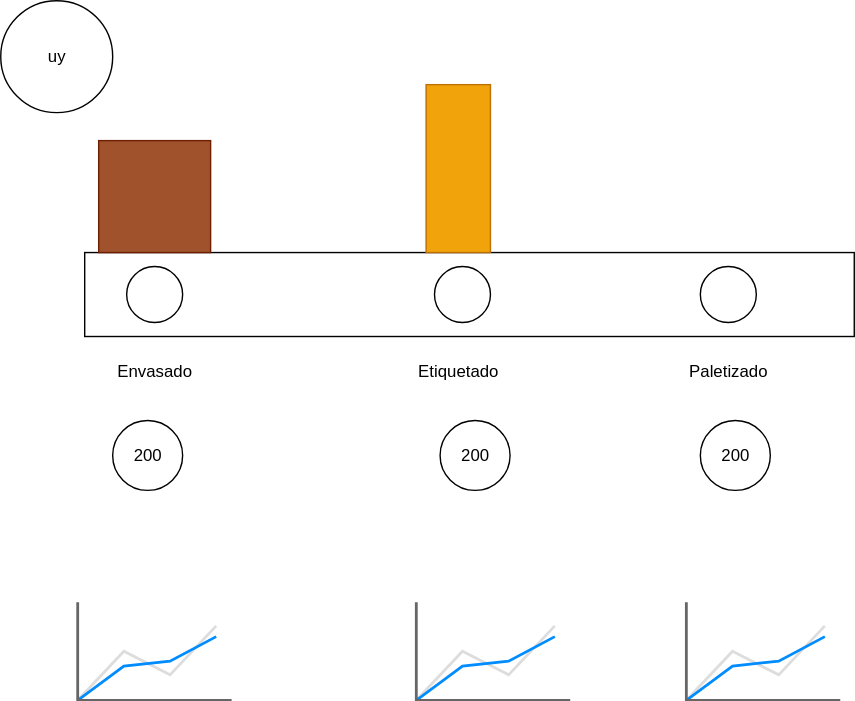
This is docs/Fribin/ejemplo_envasado/panel.svg from hriosalido/lab-grafana_curso, a draw.io export, as it was before one commit. Source tidied: cells renumbered, new cells last; positions are measured from the earlier drawing's top-left corner, leaving out a move shared by most shapes. The source it was exported from:
```xml
<mxGraphModel>
  <root>
    <mxCell id="0" />
    <mxCell id="1" parent="0" />
    <mxCell id="2" style="rounded=0;whiteSpace=wrap;html=1;" parent="1" vertex="1">
      <mxGeometry x="60" y="180" width="550" height="60" as="geometry" />
    </mxCell>
    <mxCell id="3" style="whiteSpace=wrap;html=1;fillColor=#a0522d;fontColor=#ffffff;strokeColor=#6D1F00;" parent="1" vertex="1">
      <mxGeometry x="70" y="100" width="80" height="80" as="geometry" />
    </mxCell>
    <mxCell id="4" style="rounded=0;whiteSpace=wrap;html=1;fillColor=#f0a30a;fontColor=#000000;strokeColor=#BD7000;" parent="1" vertex="1">
      <mxGeometry x="304" y="60" width="46" height="120" as="geometry" />
    </mxCell>
    <mxCell id="5" style="ellipse;whiteSpace=wrap;html=1;" parent="1" vertex="1">
      <mxGeometry x="90" y="190" width="40" height="40" as="geometry" />
    </mxCell>
    <mxCell id="6" style="ellipse;whiteSpace=wrap;html=1;" parent="1" vertex="1">
      <mxGeometry x="310" y="190" width="40" height="40" as="geometry" />
    </mxCell>
    <mxCell id="7" style="ellipse;whiteSpace=wrap;html=1;" parent="1" vertex="1">
      <mxGeometry x="500" y="190" width="40" height="40" as="geometry" />
    </mxCell>
    <mxCell id="8" value="Envasado" style="text;html=1;align=center;verticalAlign=middle;whiteSpace=wrap;rounded=0;" parent="1" vertex="1">
      <mxGeometry x="80" y="250" width="60" height="30" as="geometry" />
    </mxCell>
    <mxCell id="9" value="Etiquetado" style="text;html=1;align=center;verticalAlign=middle;whiteSpace=wrap;rounded=0;" parent="1" vertex="1">
      <mxGeometry x="297" y="250" width="60" height="30" as="geometry" />
    </mxCell>
    <mxCell id="10" value="Paletizado" style="text;html=1;align=center;verticalAlign=middle;whiteSpace=wrap;rounded=0;" parent="1" vertex="1">
      <mxGeometry x="490" y="250" width="60" height="30" as="geometry" />
    </mxCell>
    <mxCell id="11" style="ellipse;whiteSpace=wrap;html=1;" parent="1" vertex="1">
      <mxGeometry x="314" y="300" width="50" height="50" as="geometry" />
    </mxCell>
    <mxCell id="12" style="ellipse;whiteSpace=wrap;html=1;" parent="1" vertex="1">
      <mxGeometry x="500" y="300" width="50" height="50" as="geometry" />
    </mxCell>
    <mxCell id="13" style="verticalLabelPosition=bottom;shadow=0;dashed=0;align=center;html=1;verticalAlign=top;strokeWidth=1;shape=mxgraph.mockup.graphics.lineChart;strokeColor=none;strokeColor2=#666666;strokeColor3=#008cff;strokeColor4=#dddddd;" parent="1" vertex="1">
      <mxGeometry x="55" y="430" width="110" height="70" as="geometry" />
    </mxCell>
    <mxCell id="14" style="verticalLabelPosition=bottom;shadow=0;dashed=0;align=center;html=1;verticalAlign=top;strokeWidth=1;shape=mxgraph.mockup.graphics.lineChart;strokeColor=none;strokeColor2=#666666;strokeColor3=#008cff;strokeColor4=#dddddd;" parent="1" vertex="1">
      <mxGeometry x="297" y="430" width="110" height="70" as="geometry" />
    </mxCell>
    <mxCell id="15" style="verticalLabelPosition=bottom;shadow=0;dashed=0;align=center;html=1;verticalAlign=top;strokeWidth=1;shape=mxgraph.mockup.graphics.lineChart;strokeColor=none;strokeColor2=#666666;strokeColor3=#008cff;strokeColor4=#dddddd;" parent="1" vertex="1">
      <mxGeometry x="490" y="430" width="110" height="70" as="geometry" />
    </mxCell>
    <mxCell id="16" value="200" style="text;html=1;align=center;verticalAlign=middle;whiteSpace=wrap;rounded=0;" parent="1" vertex="1">
      <mxGeometry x="314" y="310" width="50" height="30" as="geometry" />
    </mxCell>
    <mxCell id="17" value="200" style="text;html=1;align=center;verticalAlign=middle;whiteSpace=wrap;rounded=0;" parent="1" vertex="1">
      <mxGeometry x="500" y="310" width="50" height="30" as="geometry" />
    </mxCell>
    <mxCell id="18" value="uy" style="ellipse;whiteSpace=wrap;html=1;" parent="1" vertex="1">
      <mxGeometry width="80" height="80" as="geometry" />
    </mxCell>
    <mxCell id="19" value="200" style="ellipse;whiteSpace=wrap;html=1;" parent="1" vertex="1">
      <mxGeometry x="80" y="300" width="50" height="50" as="geometry" />
    </mxCell>
  </root>
</mxGraphModel>
```
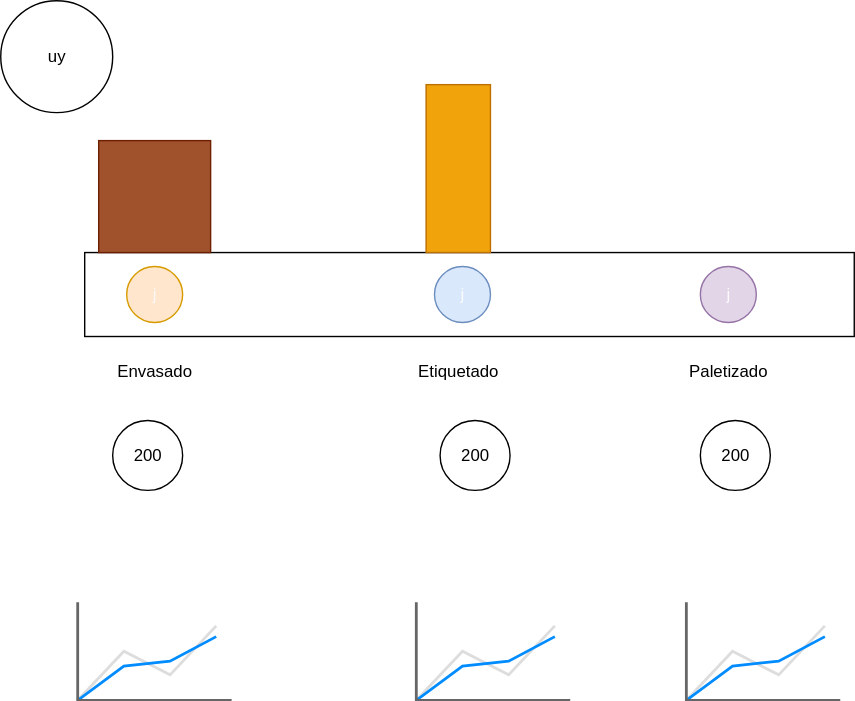
After the commit.

Change to the diagram source:
```diff
@@ -2,7 +2,7 @@
   <root>
     <mxCell id="0" />
     <mxCell id="1" parent="0" />
-    <mxCell id="2" style="rounded=0;whiteSpace=wrap;html=1;" parent="1" vertex="1">
+    <mxCell id="2" style="rounded=0;whiteSpace=wrap;html=1;fontColor=light-dark(#fafafa, #ededed);" parent="1" vertex="1">
       <mxGeometry x="60" y="180" width="550" height="60" as="geometry" />
     </mxCell>
     <mxCell id="3" style="whiteSpace=wrap;html=1;fillColor=#a0522d;fontColor=#ffffff;strokeColor=#6D1F00;" parent="1" vertex="1">
@@ -11,13 +11,13 @@
     <mxCell id="4" style="rounded=0;whiteSpace=wrap;html=1;fillColor=#f0a30a;fontColor=#000000;strokeColor=#BD7000;" parent="1" vertex="1">
       <mxGeometry x="304" y="60" width="46" height="120" as="geometry" />
     </mxCell>
-    <mxCell id="5" style="ellipse;whiteSpace=wrap;html=1;" parent="1" vertex="1">
+    <mxCell id="5" value="j" style="ellipse;whiteSpace=wrap;html=1;fillColor=#ffe6cc;strokeColor=#d79b00;fontColor=light-dark(#fcf8f8, #ededed);" parent="1" vertex="1">
       <mxGeometry x="90" y="190" width="40" height="40" as="geometry" />
     </mxCell>
-    <mxCell id="6" style="ellipse;whiteSpace=wrap;html=1;" parent="1" vertex="1">
+    <mxCell id="6" value="j" style="ellipse;whiteSpace=wrap;html=1;fillColor=#dae8fc;strokeColor=#6c8ebf;fontColor=light-dark(#fafafa, #ededed);" parent="1" vertex="1">
       <mxGeometry x="310" y="190" width="40" height="40" as="geometry" />
     </mxCell>
-    <mxCell id="7" style="ellipse;whiteSpace=wrap;html=1;" parent="1" vertex="1">
+    <mxCell id="7" value="j" style="ellipse;whiteSpace=wrap;html=1;fillColor=#e1d5e7;strokeColor=#9673a6;fontColor=light-dark(#fbf9f9, #ededed);" parent="1" vertex="1">
       <mxGeometry x="500" y="190" width="40" height="40" as="geometry" />
     </mxCell>
     <mxCell id="8" value="Envasado" style="text;html=1;align=center;verticalAlign=middle;whiteSpace=wrap;rounded=0;" parent="1" vertex="1">
```
